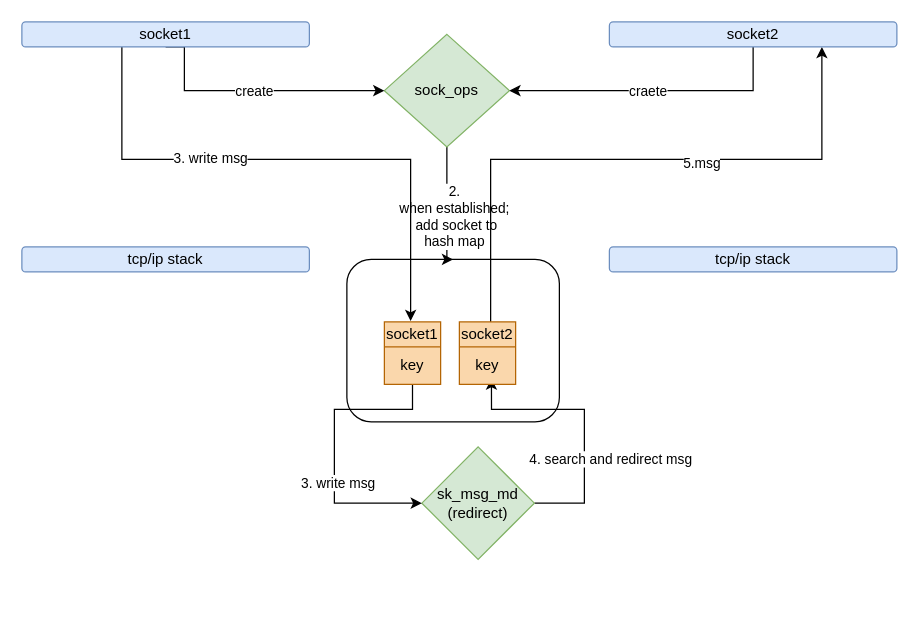
The draw.io diagram flow_of_ebpf_docker_demo.drawio in xu1zhou/Documents, before the edit. Source tidied: cells renumbered, new cells numbered last; positions are measured from the earlier drawing's top-left corner, leaving out a move shared by most shapes. Both pictures are drawn from the tidied source at 125%, with x=0, y=0 at pixel (21, 21).
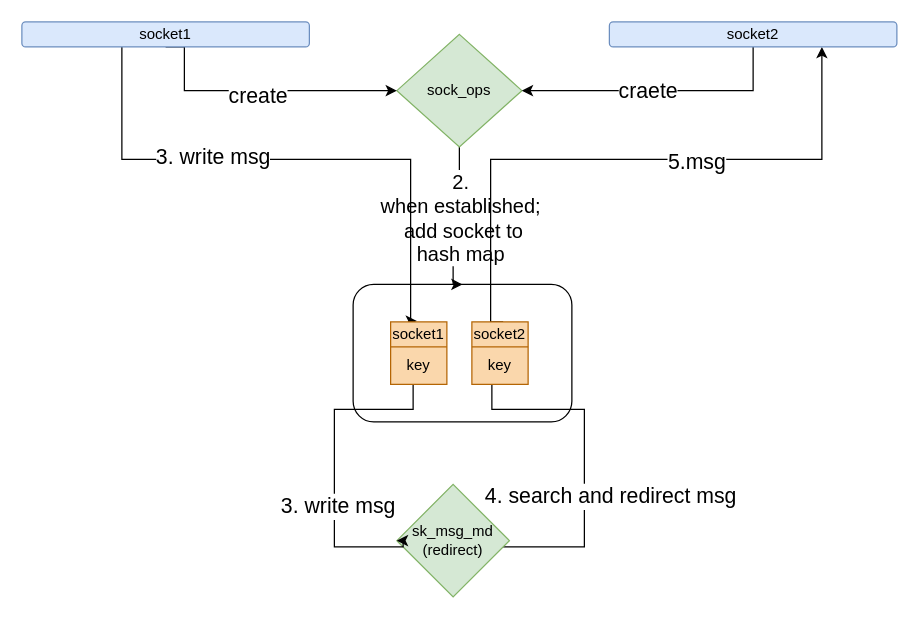
The same page after the edit.

Unchanged cells that the change refers to:
```xml
<mxCell id="9" style="edgeStyle=orthogonalEdgeStyle;rounded=0;jettySize=auto;html=1;entryX=0.467;entryY=-0.033;entryDx=0;entryDy=0;entryPerimeter=0;" parent="1" edge="1" source="13" target="28">
  <mxGeometry relative="1" as="geometry">
    <Array as="points">
      <mxPoint x="80" y="110" />
      <mxPoint x="311" y="110" />
    </Array>
  </mxGeometry>
</mxCell>
<mxCell id="11" style="edgeStyle=orthogonalEdgeStyle;rounded=0;jettySize=auto;html=1;entryX=0;entryY=0.5;entryDx=0;entryDy=0;startArrow=none;startFill=0;endArrow=classic;endFill=1;exitX=0.5;exitY=1;exitDx=0;exitDy=0;" parent="1" edge="1" source="13" target="5">
  <mxGeometry relative="1" as="geometry">
    <Array as="points">
      <mxPoint x="130" y="20" />
      <mxPoint x="130" y="55" />
    </Array>
  </mxGeometry>
</mxCell>
<mxCell id="15" style="edgeStyle=orthogonalEdgeStyle;rounded=0;jettySize=auto;html=1;entryX=0.556;entryY=0;entryDx=0;entryDy=0;entryPerimeter=0;startArrow=classic;startFill=1;endArrow=none;endFill=0;" parent="1" edge="1" source="18" target="21">
  <mxGeometry relative="1" as="geometry">
    <Array as="points">
      <mxPoint x="640" y="110" />
      <mxPoint x="375" y="110" />
    </Array>
  </mxGeometry>
</mxCell>
<mxCell id="23" style="shape=partialRectangle;html=1;whiteSpace=wrap;fillColor=none;top=0;left=0;bottom=0;right=0;points=[[0,0.5],[1,0.5]];portConstraint=eastwest;" parent="20" vertex="1">
  <mxGeometry y="20" width="45" height="30" as="geometry" />
</mxCell>
```

Diff of the diagram source:
```diff
@@
     <mxCell id="2" style="rounded=1;whiteSpace=wrap;html=1;align=left;verticalAlign=top;" parent="1" vertex="1">
-      <mxGeometry x="260" y="190" width="170" height="130" as="geometry" />
+      <mxGeometry x="265" y="210" width="175" height="110" as="geometry" />
     </mxCell>
     <mxCell id="3" style="edgeStyle=orthogonalEdgeStyle;rounded=0;jettySize=auto;html=1;entryX=0.5;entryY=0;entryDx=0;entryDy=0;" parent="1" edge="1" source="5" target="2">
       <mxGeometry relative="1" as="geometry">
         <Array as="points">
-          <mxPoint x="340" y="190" />
+          <mxPoint x="350" y="190" />
+          <mxPoint x="345" y="190" />
         </Array>
       </mxGeometry>
     </mxCell>
-    <mxCell id="4" value="2.&lt;br&gt;when established;&lt;br&gt;&amp;nbsp;add&amp;nbsp;socket to&lt;br&gt;hash map" style="edgeLabel;html=1;align=center;verticalAlign=middle;" parent="3" vertex="1">
+    <mxCell id="4" value="&lt;font style=&quot;font-size: 16px&quot;&gt;2.&lt;br&gt;when established;&lt;br&gt;&amp;nbsp;add&amp;nbsp;socket to&lt;br&gt;hash map&lt;/font&gt;" style="edgeLabel;html=1;align=center;verticalAlign=middle;" parent="3" vertex="1">
       <mxGeometry x="0.15" y="-3" relative="1" as="geometry">
-        <mxPoint x="8" as="offset" />
+        <mxPoint x="3" y="-14" as="offset" />
       </mxGeometry>
     </mxCell>
     <mxCell id="5" value="sock_ops" style="rhombus;whiteSpace=wrap;html=1;fillColor=#d5e8d4;strokeColor=#82b366;" parent="1" vertex="1">
-      <mxGeometry x="290" y="10" width="100" height="90" as="geometry" />
+      <mxGeometry x="300" y="10" width="100" height="90" as="geometry" />
     </mxCell>
     <mxCell id="6" style="edgeStyle=orthogonalEdgeStyle;rounded=0;jettySize=auto;html=1;entryX=0.57;entryY=0.844;entryDx=0;entryDy=0;entryPerimeter=0;" parent="1" edge="1" source="8" target="23">
       <mxGeometry relative="1" as="geometry">
         <Array as="points">
-          <mxPoint x="450" y="385" />
+          <mxPoint x="450" y="420" />
           <mxPoint x="450" y="310" />
           <mxPoint x="376" y="310" />
+          <mxPoint x="376" y="285" />
         </Array>
       </mxGeometry>
     </mxCell>
-    <mxCell id="7" value="4. search and redirect msg" style="edgeLabel;html=1;align=center;verticalAlign=middle;" parent="6" vertex="1">
+    <mxCell id="7" value="4. search and redirect msg" style="edgeLabel;html=1;align=center;verticalAlign=middle;fontSize=17;" parent="6" vertex="1">
       <mxGeometry x="-0.13" y="-2" relative="1" as="geometry">
         <mxPoint x="18" y="17" as="offset" />
       </mxGeometry>
     </mxCell>
     <mxCell id="8" value="sk_msg_md&lt;br&gt;(redirect)" style="rhombus;whiteSpace=wrap;html=1;fillColor=#d5e8d4;strokeColor=#82b366;" parent="1" vertex="1">
-      <mxGeometry x="320" y="340" width="90" height="90" as="geometry" />
+      <mxGeometry x="300" y="370" width="90" height="90" as="geometry" />
     </mxCell>
@@
-    <mxCell id="10" value="3. write msg" style="edgeLabel;html=1;align=center;verticalAlign=middle;" parent="9" vertex="1">
+    <mxCell id="10" value="3. write msg" style="edgeLabel;html=1;align=center;verticalAlign=middle;fontSize=17;" parent="9" vertex="1">
       <mxGeometry x="-0.29" y="2" relative="1" as="geometry" />
     </mxCell>
@@
-    <mxCell id="12" value="create" style="edgeLabel;html=1;align=center;verticalAlign=middle;" parent="11" vertex="1">
+    <mxCell id="12" value="create" style="edgeLabel;html=1;align=center;verticalAlign=middle;fontSize=17;" parent="11" vertex="1">
       <mxGeometry x="-0.54" y="-2" relative="1" as="geometry">
         <mxPoint x="57" y="2" as="offset" />
       </mxGeometry>
     </mxCell>
@@
-    <mxCell id="14" value="tcp/ip stack" style="rounded=1;whiteSpace=wrap;html=1;fillColor=#dae8fc;strokeColor=#6c8ebf;" parent="1" vertex="1">
-      <mxGeometry y="180" width="230" height="20" as="geometry" />
-    </mxCell>
@@
-    <mxCell id="16" value="5.msg" style="edgeLabel;html=1;align=center;verticalAlign=middle;" parent="15" vertex="1">
+    <mxCell id="16" value="5.msg" style="edgeLabel;html=1;align=center;verticalAlign=middle;fontSize=17;" parent="15" vertex="1">
       <mxGeometry x="-0.23" y="2" relative="1" as="geometry" />
     </mxCell>
@@
-    <mxCell id="19" value="tcp/ip stack" style="rounded=1;whiteSpace=wrap;html=1;fillColor=#dae8fc;strokeColor=#6c8ebf;" parent="1" vertex="1">
-      <mxGeometry x="470" y="180" width="230" height="20" as="geometry" />
-    </mxCell>
     <mxCell id="20" style="shape=table;html=1;whiteSpace=wrap;startSize=0;childLayout=tableLayout;fillColor=#fad7ac;strokeColor=#b46504;" parent="1" vertex="1">
-      <mxGeometry x="350" y="240" width="45" height="50" as="geometry" />
+      <mxGeometry x="360" y="240" width="45" height="50" as="geometry" />
     </mxCell>
@@
     <mxCell id="25" style="edgeStyle=orthogonalEdgeStyle;rounded=0;jettySize=auto;html=1;entryX=0;entryY=0.5;entryDx=0;entryDy=0;" parent="1" edge="1" source="27" target="8">
       <mxGeometry relative="1" as="geometry">
         <Array as="points">
           <mxPoint x="313" y="310" />
           <mxPoint x="250" y="310" />
-          <mxPoint x="250" y="385" />
+          <mxPoint x="250" y="420" />
+          <mxPoint x="305" y="420" />
         </Array>
       </mxGeometry>
     </mxCell>
-    <mxCell id="26" value="3. write msg" style="edgeLabel;html=1;align=center;verticalAlign=middle;" parent="25" vertex="1">
+    <mxCell id="26" value="3. write msg" style="edgeLabel;html=1;align=center;verticalAlign=middle;fontSize=17;" parent="25" vertex="1">
       <mxGeometry x="0.24" y="2" relative="1" as="geometry" />
     </mxCell>
     <mxCell id="27" style="shape=table;html=1;whiteSpace=wrap;startSize=0;childLayout=tableLayout;fillColor=#fad7ac;strokeColor=#b46504;" parent="1" vertex="1">
-      <mxGeometry x="290" y="240" width="45" height="50" as="geometry" />
+      <mxGeometry x="295" y="240" width="45" height="50" as="geometry" />
     </mxCell>
@@
-    <mxCell id="32" value="craete" style="edgeLabel;html=1;align=center;verticalAlign=middle;" parent="1" vertex="1">
+    <mxCell id="32" value="craete" style="edgeLabel;html=1;align=center;verticalAlign=middle;fontSize=17;" parent="1" vertex="1">
       <mxGeometry x="500" y="55" as="geometry" />
     </mxCell>
```
